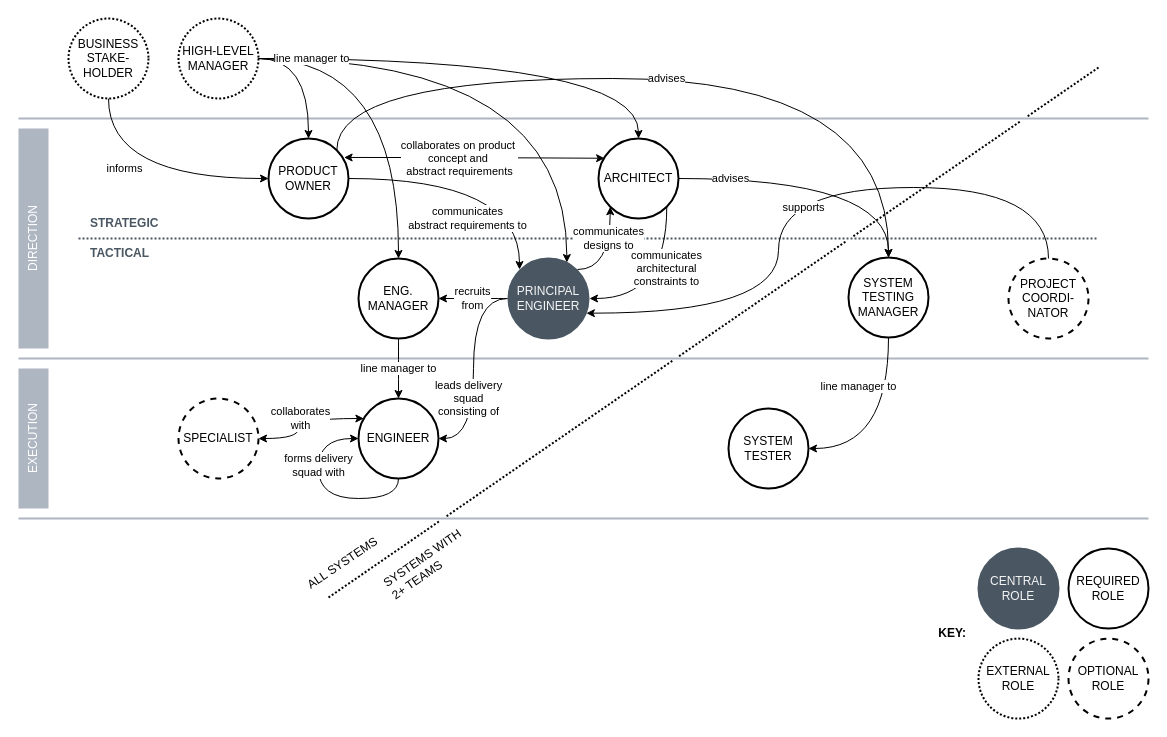
Before: page "org-model" (3 of 16) of assets/diagrams.drawio in ekoutanov/CONTROL, a draw.io diagram. Source tidied: cells renumbered, new cells numbered last; positions are measured from the earlier drawing's top-left corner, leaving out a move shared by most shapes. Both pictures are drawn from the tidied source at 100%, with x=0, y=0 at pixel (18, 18).
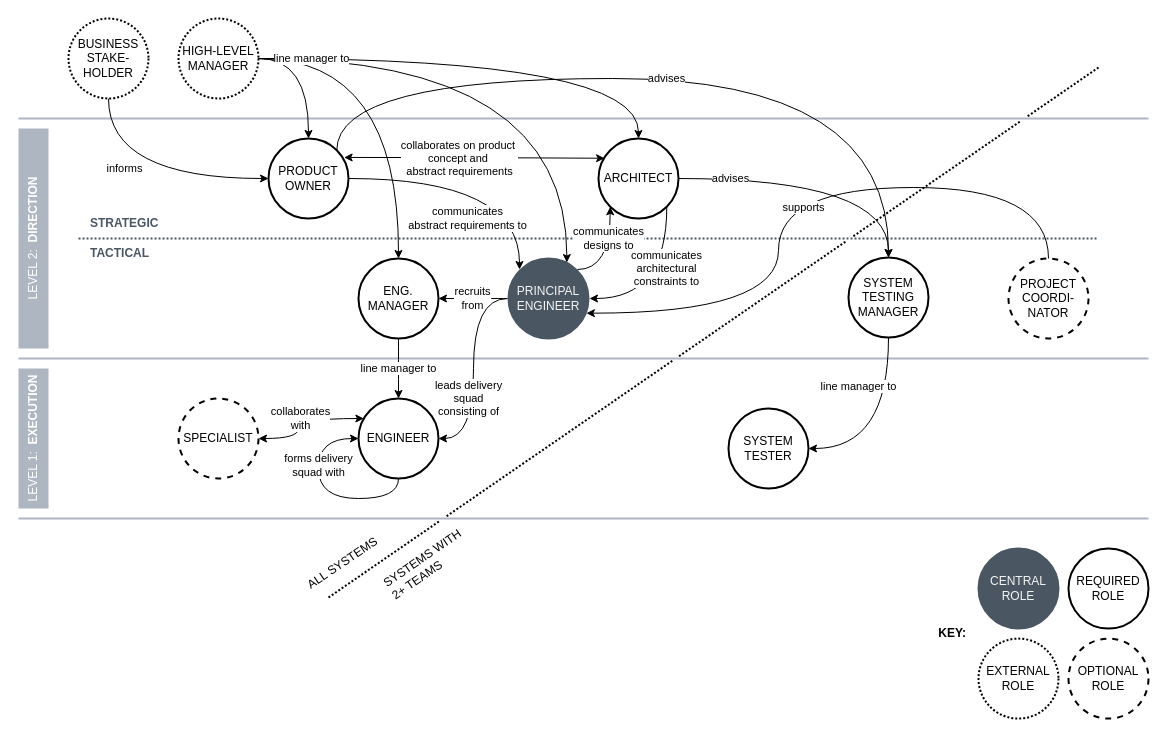
After the change.

Change to the diagram source:
```diff
@@
-    <mxCell id="6" value="DIRECTION" style="rounded=0;whiteSpace=wrap;html=1;direction=south;horizontal=0;strokeColor=none;fillColor=#AEB6C2;fontColor=#FFFFFF;" parent="1" vertex="1">
+    <mxCell id="6" value="LEVEL 2:&amp;nbsp;&amp;nbsp;&lt;b&gt;DIRECTION&lt;/b&gt;" style="rounded=0;whiteSpace=wrap;html=1;direction=south;horizontal=0;strokeColor=none;fillColor=#AEB6C2;fontColor=#FFFFFF;" parent="1" vertex="1">
       <mxGeometry y="110" width="30" height="220" as="geometry" />
     </mxCell>
-    <mxCell id="7" value="EXECUTION" style="rounded=0;whiteSpace=wrap;html=1;direction=south;horizontal=0;strokeColor=none;fillColor=#AEB6C2;fontColor=#FFFFFF;" parent="1" vertex="1">
+    <mxCell id="7" value="LEVEL 1:&amp;nbsp;&amp;nbsp;&lt;b&gt;EXECUTION&lt;/b&gt;" style="rounded=0;whiteSpace=wrap;html=1;direction=south;horizontal=0;strokeColor=none;fillColor=#AEB6C2;fontColor=#FFFFFF;" parent="1" vertex="1">
       <mxGeometry y="350" width="30" height="140" as="geometry" />
     </mxCell>
```
